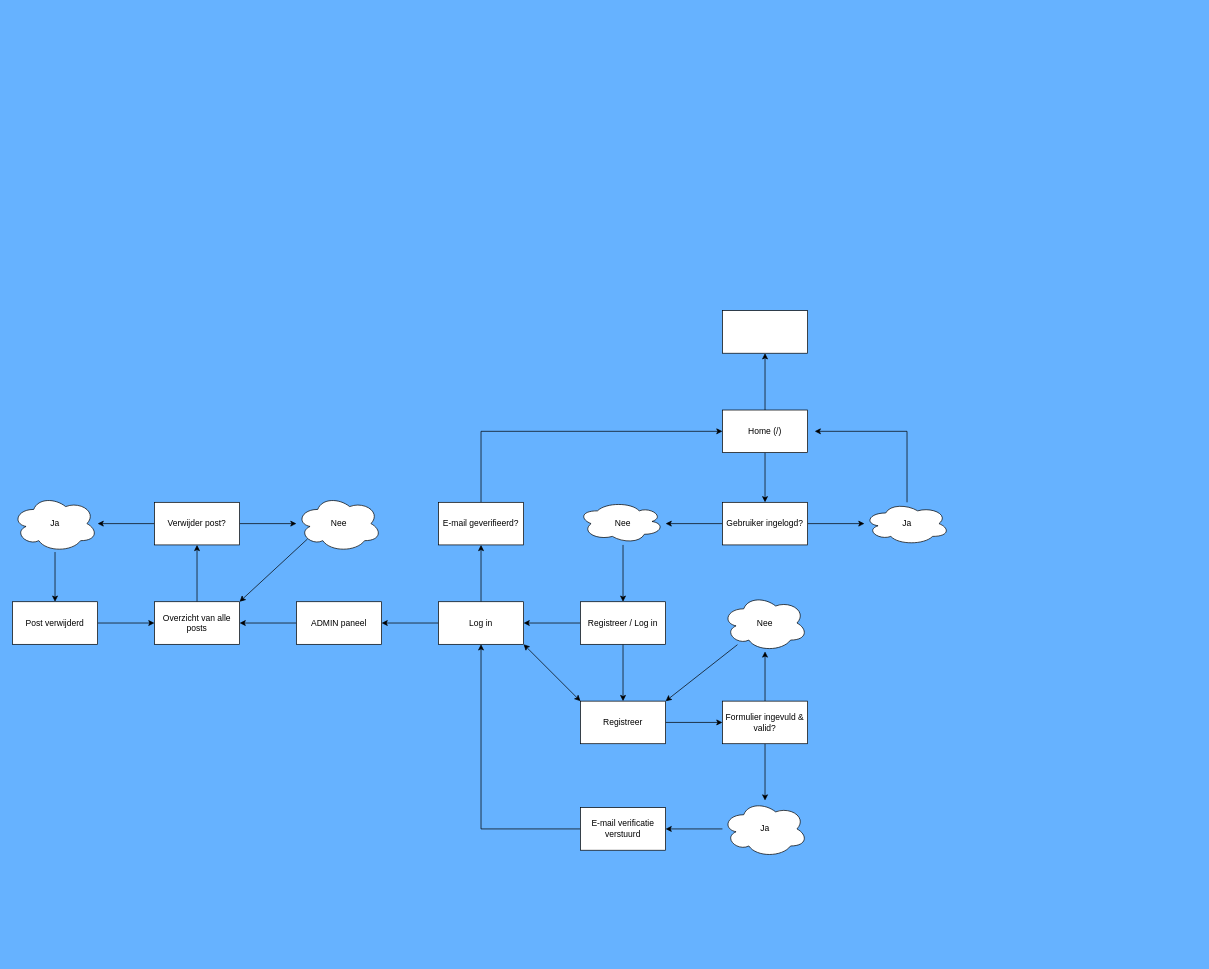
maikdejong/MaikSpace keeps this draw.io diagram as zDocumentatie/Flowcharts.drawio. Above is the earlier version. Source tidied: cells renumbered, new cells numbered last; positions are measured from the earlier drawing's top-left corner, leaving out a move shared by most shapes. Both pictures are drawn from the tidied source at 71%, with x=0, y=0 at pixel (12, 310).
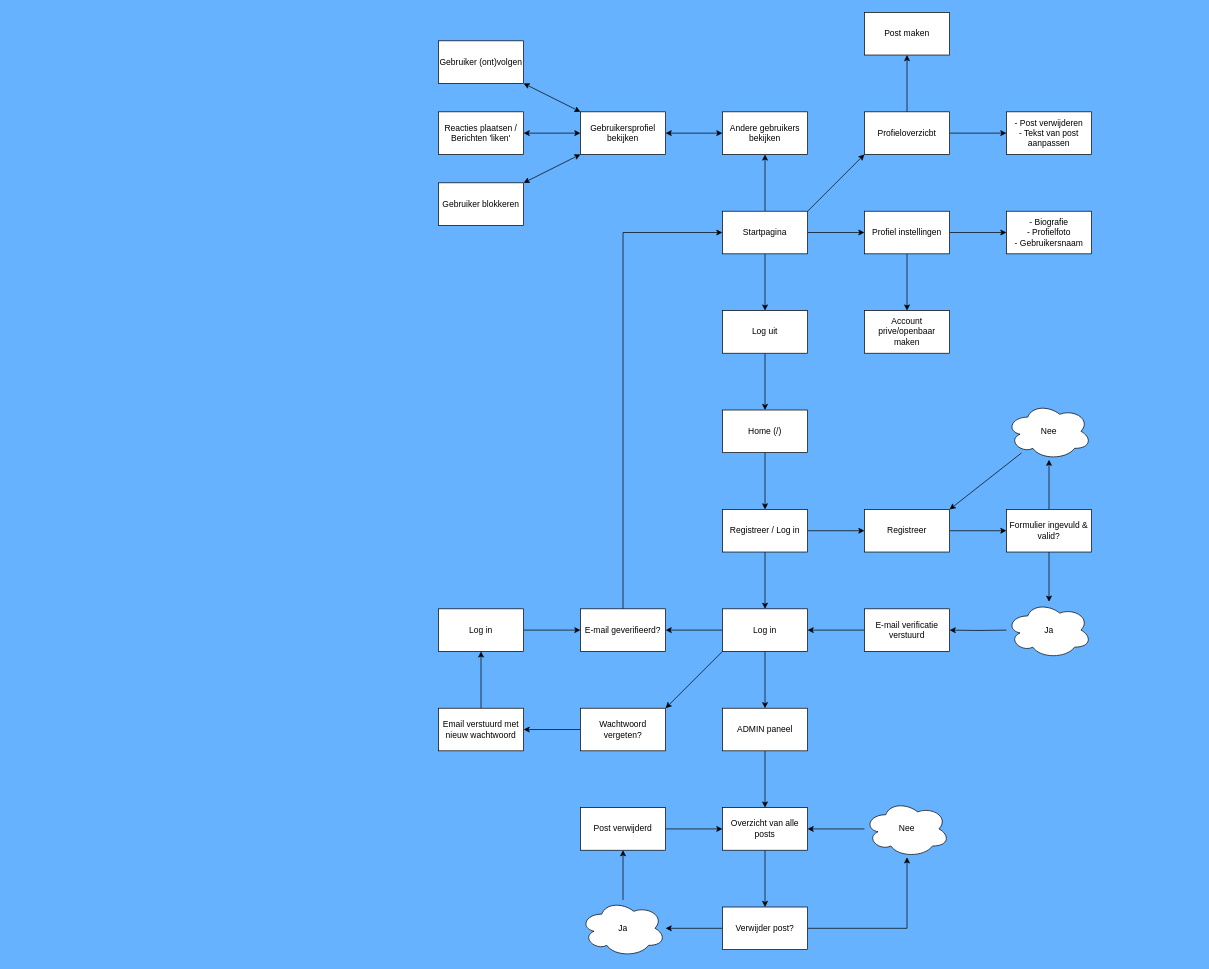
The same page after the edit.

Unchanged cells that the change refers to:
```xml
<mxCell id="4" value="Home (/)" style="rounded=0;whiteSpace=wrap;html=1;" parent="1" vertex="1">
  <mxGeometry x="1000" y="140" width="120" height="60" as="geometry" />
</mxCell>
```

Diff of the diagram source:
```diff
@@
-    <mxCell id="2" style="edgeStyle=orthogonalEdgeStyle;rounded=0;jettySize=auto;html=1;" parent="1" edge="1" source="4" target="7">
-      <mxGeometry relative="1" as="geometry" />
-    </mxCell>
-    <mxCell id="3" style="edgeStyle=orthogonalEdgeStyle;rounded=0;jettySize=auto;html=1;" parent="1" edge="1" source="4" target="33">
-      <mxGeometry relative="1" as="geometry" />
-    </mxCell>
+    <mxCell id="47" style="edgeStyle=orthogonalEdgeStyle;rounded=0;jettySize=auto;html=1;" parent="1" edge="1" source="4" target="15">
+      <mxGeometry relative="1" as="geometry" />
+    </mxCell>
@@
-    <mxCell id="5" style="edgeStyle=orthogonalEdgeStyle;rounded=0;jettySize=auto;html=1;" parent="1" edge="1" source="7" target="10">
-      <mxGeometry relative="1" as="geometry" />
-    </mxCell>
-    <mxCell id="6" style="edgeStyle=orthogonalEdgeStyle;rounded=0;jettySize=auto;html=1;" parent="1" edge="1" source="7" target="12">
-      <mxGeometry relative="1" as="geometry" />
-    </mxCell>
-    <mxCell id="7" value="Gebruiker ingelogd?" style="rounded=0;whiteSpace=wrap;html=1;" parent="1" vertex="1">
-      <mxGeometry x="1000" y="270" width="120" height="60" as="geometry" />
-    </mxCell>
-    <mxCell id="8" style="edgeStyle=orthogonalEdgeStyle;rounded=0;jettySize=auto;html=1;strokeColor=none;entryX=1;entryY=0.25;entryDx=0;entryDy=0;" parent="1" edge="1" source="10" target="4">
-      <mxGeometry relative="1" as="geometry" />
+    <mxCell id="8" style="edgeStyle=orthogonalEdgeStyle;rounded=0;jettySize=auto;html=1;strokeColor=none;entryX=1;entryY=0.25;entryDx=0;entryDy=0;" parent="1" edge="1" target="4">
+      <mxGeometry relative="1" as="geometry">
+        <mxPoint x="1660" y="40" as="sourcePoint" />
+      </mxGeometry>
     </mxCell>
-    <mxCell id="9" style="edgeStyle=orthogonalEdgeStyle;rounded=0;jettySize=auto;html=1;" parent="1" edge="1" source="10">
-      <mxGeometry relative="1" as="geometry">
-        <mxPoint x="1130" y="170" as="targetPoint" />
-        <Array as="points">
-          <mxPoint x="1260" y="170" />
-        </Array>
-      </mxGeometry>
-    </mxCell>
-    <mxCell id="10" value="Ja" style="whiteSpace=wrap;html=1;rounded=0;shape=cloud;perimeter=ellipsePerimeter;" parent="1" vertex="1">
-      <mxGeometry x="1200" y="270" width="120" height="60" as="geometry" />
-    </mxCell>
-    <mxCell id="11" style="edgeStyle=orthogonalEdgeStyle;rounded=0;jettySize=auto;html=1;" parent="1" edge="1" source="12" target="15">
-      <mxGeometry relative="1" as="geometry" />
-    </mxCell>
-    <mxCell id="12" value="Nee" style="rounded=1;whiteSpace=wrap;html=1;flipV=1;flipH=1;perimeterSpacing=0;imageAspect=1;shape=cloud;perimeter=ellipsePerimeter;" parent="1" vertex="1">
-      <mxGeometry x="800" y="270" width="120" height="60" as="geometry" />
-    </mxCell>
+    <mxCell id="14" style="edgeStyle=orthogonalEdgeStyle;rounded=0;jettySize=auto;html=1;" parent="1" edge="1" source="15" target="17">
+      <mxGeometry relative="1" as="geometry" />
+    </mxCell>
@@
-    <mxCell id="14" style="edgeStyle=orthogonalEdgeStyle;rounded=0;jettySize=auto;html=1;entryX=0.5;entryY=0;entryDx=0;entryDy=0;" parent="1" edge="1" source="15" target="17">
-      <mxGeometry relative="1" as="geometry" />
-    </mxCell>
     <mxCell id="15" value="Registreer / Log in" style="rounded=0;whiteSpace=wrap;html=1;" parent="1" vertex="1">
-      <mxGeometry x="800" y="410" width="120" height="60" as="geometry" />
+      <mxGeometry x="1000" y="280" width="120" height="60" as="geometry" />
     </mxCell>
@@
     <mxCell id="17" value="Registreer" style="rounded=0;whiteSpace=wrap;html=1;" parent="1" vertex="1">
-      <mxGeometry x="800" y="550" width="120" height="60" as="geometry" />
+      <mxGeometry x="1200" y="280" width="120" height="60" as="geometry" />
     </mxCell>
@@
     <mxCell id="20" value="Log in" style="rounded=0;whiteSpace=wrap;html=1;" parent="1" vertex="1">
-      <mxGeometry x="600" y="410" width="120" height="60" as="geometry" />
+      <mxGeometry x="1000" y="420" width="120" height="60" as="geometry" />
     </mxCell>
@@
     <mxCell id="23" value="Formulier ingevuld &amp;amp; valid?" style="rounded=0;whiteSpace=wrap;html=1;gradientColor=none;glass=0;shadow=0;" parent="1" vertex="1">
-      <mxGeometry x="1000" y="550" width="120" height="60" as="geometry" />
+      <mxGeometry x="1400" y="280" width="120" height="60" as="geometry" />
     </mxCell>
-    <mxCell id="24" style="edgeStyle=orthogonalEdgeStyle;rounded=0;jettySize=auto;html=1;" parent="1" edge="1" source="25" target="29">
-      <mxGeometry relative="1" as="geometry" />
+    <mxCell id="24" style="edgeStyle=orthogonalEdgeStyle;rounded=0;jettySize=auto;html=1;" parent="1" edge="1" target="29">
+      <mxGeometry relative="1" as="geometry">
+        <mxPoint x="1400" y="450" as="sourcePoint" />
+      </mxGeometry>
     </mxCell>
     <mxCell id="25" value="Ja" style="ellipse;shape=cloud;whiteSpace=wrap;html=1;rounded=0;gradientColor=none;glass=0;shadow=0;" parent="1" vertex="1">
-      <mxGeometry x="1000" y="690" width="120" height="80" as="geometry" />
+      <mxGeometry x="1400" y="410" width="120" height="80" as="geometry" />
     </mxCell>
     <mxCell id="26" value="Nee" style="ellipse;shape=cloud;whiteSpace=wrap;html=1;rounded=0;gradientColor=none;glass=0;shadow=0;" parent="1" vertex="1">
-      <mxGeometry x="1000" y="400" width="120" height="80" as="geometry" />
+      <mxGeometry x="1400" y="130" width="120" height="80" as="geometry" />
     </mxCell>
-    <mxCell id="27" style="endArrow=classic;startArrow=classic;html=1;rounded=0;entryX=1;entryY=1;entryDx=0;entryDy=0;exitX=0;exitY=0;exitDx=0;exitDy=0;" parent="1" edge="1" source="17" target="20">
-      <mxGeometry relative="1" as="geometry" />
-    </mxCell>
@@
     <mxCell id="29" value="E-mail verificatie verstuurd" style="whiteSpace=wrap;html=1;rounded=0;gradientColor=none;glass=0;shadow=0;" parent="1" vertex="1">
-      <mxGeometry x="800" y="700" width="120" height="60" as="geometry" />
+      <mxGeometry x="1200" y="420" width="120" height="60" as="geometry" />
     </mxCell>
@@
-    <mxCell id="31" style="edgeStyle=orthogonalEdgeStyle;rounded=0;jettySize=auto;html=1;exitX=0.5;exitY=0;exitDx=0;exitDy=0;entryX=0;entryY=0.5;entryDx=0;entryDy=0;" parent="1" edge="1" source="32" target="4">
-      <mxGeometry relative="1" as="geometry" />
+    <mxCell id="31" style="edgeStyle=orthogonalEdgeStyle;rounded=0;jettySize=auto;html=1;exitX=0.5;exitY=0;exitDx=0;exitDy=0;entryX=0;entryY=0.5;entryDx=0;entryDy=0;" parent="1" edge="1" source="32" target="52">
+      <mxGeometry relative="1" as="geometry">
+        <Array as="points">
+          <mxPoint x="860" y="-110" />
+        </Array>
+      </mxGeometry>
     </mxCell>
     <mxCell id="32" value="E-mail geverifieerd?" style="rounded=0;whiteSpace=wrap;html=1;" parent="1" vertex="1">
-      <mxGeometry x="600" y="270" width="120" height="60" as="geometry" />
+      <mxGeometry x="800" y="420" width="120" height="60" as="geometry" />
     </mxCell>
+    <mxCell id="48" style="edgeStyle=orthogonalEdgeStyle;rounded=0;jettySize=auto;html=1;" parent="1" edge="1" source="33" target="4">
+      <mxGeometry relative="1" as="geometry" />
+    </mxCell>
-    <mxCell id="33" style="rounded=0;whiteSpace=wrap;html=1;" parent="1" vertex="1">
+    <mxCell id="33" value="Log uit" style="rounded=0;whiteSpace=wrap;html=1;" parent="1" vertex="1">
       <mxGeometry x="1000" width="120" height="60" as="geometry" />
     </mxCell>
@@
     <mxCell id="35" value="ADMIN paneel" style="rounded=0;whiteSpace=wrap;html=1;" parent="1" vertex="1">
-      <mxGeometry x="400" y="410" width="120" height="60" as="geometry" />
+      <mxGeometry x="1000" y="560" width="120" height="60" as="geometry" />
     </mxCell>
@@
     <mxCell id="37" value="Overzicht van alle posts" style="rounded=0;whiteSpace=wrap;html=1;shape=label;" parent="1" vertex="1">
-      <mxGeometry x="200" y="410" width="120" height="60" as="geometry" />
+      <mxGeometry x="1000" y="700" width="120" height="60" as="geometry" />
     </mxCell>
@@
     <mxCell id="40" value="Verwijder post?" style="rounded=0;whiteSpace=wrap;html=1;shape=label;" parent="1" vertex="1">
-      <mxGeometry x="200" y="270" width="120" height="60" as="geometry" />
+      <mxGeometry x="1000" y="840" width="120" height="60" as="geometry" />
     </mxCell>
@@
     <mxCell id="42" value="Ja" style="ellipse;shape=cloud;whiteSpace=wrap;html=1;rounded=0;" parent="1" vertex="1">
-      <mxGeometry y="260" width="120" height="80" as="geometry" />
+      <mxGeometry x="800" y="830" width="120" height="80" as="geometry" />
     </mxCell>
@@
     <mxCell id="44" value="Post verwijderd" style="whiteSpace=wrap;html=1;rounded=0;" parent="1" vertex="1">
-      <mxGeometry y="410" width="120" height="60" as="geometry" />
+      <mxGeometry x="800" y="700" width="120" height="60" as="geometry" />
     </mxCell>
+    <mxCell id="46" style="edgeStyle=orthogonalEdgeStyle;rounded=0;jettySize=auto;html=1;" parent="1" edge="1" source="45" target="37">
+      <mxGeometry relative="1" as="geometry" />
+    </mxCell>
     <mxCell id="45" value="Nee" style="ellipse;shape=cloud;whiteSpace=wrap;html=1;rounded=0;" parent="1" vertex="1">
-      <mxGeometry x="400" y="260" width="120" height="80" as="geometry" />
+      <mxGeometry x="1200" y="690" width="120" height="80" as="geometry" />
     </mxCell>
-    <mxCell id="46" style="endArrow=classic;html=1;rounded=0;entryX=1;entryY=0;entryDx=0;entryDy=0;exitX=0.13;exitY=0.77;exitDx=0;exitDy=0;exitPerimeter=0;" parent="1" edge="1" source="45" target="37">
-      <mxGeometry relative="1" as="geometry" />
-    </mxCell>
+    <mxCell id="49" style="edgeStyle=orthogonalEdgeStyle;rounded=0;jettySize=auto;html=1;" parent="1" edge="1" source="52" target="33">
+      <mxGeometry relative="1" as="geometry" />
+    </mxCell>
+    <mxCell id="50" style="edgeStyle=orthogonalEdgeStyle;rounded=0;jettySize=auto;html=1;" parent="1" edge="1" source="52" target="62">
+      <mxGeometry relative="1" as="geometry" />
+    </mxCell>
+    <mxCell id="51" style="edgeStyle=orthogonalEdgeStyle;rounded=0;jettySize=auto;html=1;" parent="1" edge="1" source="52" target="64">
+      <mxGeometry relative="1" as="geometry" />
+    </mxCell>
+    <mxCell id="52" value="Startpagina" style="rounded=0;whiteSpace=wrap;html=1;" parent="1" vertex="1">
+      <mxGeometry x="1000" y="-140" width="120" height="60" as="geometry" />
+    </mxCell>
+    <mxCell id="53" style="edgeStyle=orthogonalEdgeStyle;rounded=0;jettySize=auto;html=1;" parent="1" edge="1" source="54" target="57">
+      <mxGeometry relative="1" as="geometry" />
+    </mxCell>
+    <mxCell id="54" value="Wachtwoord vergeten?" style="rounded=0;whiteSpace=wrap;html=1;" parent="1" vertex="1">
+      <mxGeometry x="800" y="560" width="120" height="60" as="geometry" />
+    </mxCell>
+    <mxCell id="55" style="endArrow=classic;html=1;rounded=0;exitX=0;exitY=1;exitDx=0;exitDy=0;entryX=1;entryY=0;entryDx=0;entryDy=0;" parent="1" edge="1" source="20" target="54">
+      <mxGeometry relative="1" as="geometry" />
+    </mxCell>
+    <mxCell id="56" style="edgeStyle=orthogonalEdgeStyle;rounded=0;jettySize=auto;html=1;" parent="1" edge="1" source="57" target="59">
+      <mxGeometry relative="1" as="geometry" />
+    </mxCell>
+    <mxCell id="57" value="Email verstuurd met nieuw wachtwoord" style="rounded=0;whiteSpace=wrap;html=1;" parent="1" vertex="1">
+      <mxGeometry x="600" y="560" width="120" height="60" as="geometry" />
+    </mxCell>
+    <mxCell id="58" style="edgeStyle=orthogonalEdgeStyle;rounded=0;jettySize=auto;html=1;" parent="1" edge="1" source="59" target="32">
+      <mxGeometry relative="1" as="geometry" />
+    </mxCell>
+    <mxCell id="59" value="Log in" style="rounded=0;whiteSpace=wrap;html=1;" parent="1" vertex="1">
+      <mxGeometry x="600" y="420" width="120" height="60" as="geometry" />
+    </mxCell>
+    <mxCell id="60" style="edgeStyle=orthogonalEdgeStyle;rounded=0;jettySize=auto;html=1;" parent="1" edge="1" source="62" target="76">
+      <mxGeometry relative="1" as="geometry" />
+    </mxCell>
+    <mxCell id="61" style="edgeStyle=orthogonalEdgeStyle;rounded=0;jettySize=auto;html=1;" parent="1" edge="1" source="62" target="78">
+      <mxGeometry relative="1" as="geometry" />
+    </mxCell>
+    <mxCell id="62" value="Profiel instellingen" style="rounded=0;whiteSpace=wrap;html=1;" parent="1" vertex="1">
+      <mxGeometry x="1200" y="-140" width="120" height="60" as="geometry" />
+    </mxCell>
+    <mxCell id="63" style="edgeStyle=orthogonalEdgeStyle;rounded=0;jettySize=auto;html=1;startArrow=classic;" parent="1" edge="1" source="64" target="66">
+      <mxGeometry relative="1" as="geometry" />
+    </mxCell>
+    <mxCell id="64" value="Andere gebruikers bekijken" style="rounded=0;whiteSpace=wrap;html=1;" parent="1" vertex="1">
+      <mxGeometry x="1000" y="-280" width="120" height="60" as="geometry" />
+    </mxCell>
+    <mxCell id="65" style="edgeStyle=orthogonalEdgeStyle;rounded=0;jettySize=auto;html=1;startArrow=classic;" parent="1" edge="1" source="66" target="67">
+      <mxGeometry relative="1" as="geometry" />
+    </mxCell>
+    <mxCell id="66" value="Gebruikersprofiel bekijken" style="rounded=0;whiteSpace=wrap;html=1;" parent="1" vertex="1">
+      <mxGeometry x="800" y="-280" width="120" height="60" as="geometry" />
+    </mxCell>
+    <mxCell id="67" value="Reacties plaatsen /&lt;br&gt;Berichten 'liken'" style="rounded=0;whiteSpace=wrap;html=1;" parent="1" vertex="1">
+      <mxGeometry x="600" y="-280" width="120" height="60" as="geometry" />
+    </mxCell>
+    <mxCell id="68" value="Gebruiker (ont)volgen" style="rounded=0;whiteSpace=wrap;html=1;" parent="1" vertex="1">
+      <mxGeometry x="600" y="-380" width="120" height="60" as="geometry" />
+    </mxCell>
+    <mxCell id="69" value="Gebruiker blokkeren" style="rounded=0;whiteSpace=wrap;html=1;" parent="1" vertex="1">
+      <mxGeometry x="600" y="-180" width="120" height="60" as="geometry" />
+    </mxCell>
+    <mxCell id="70" style="endArrow=classic;startArrow=classic;html=1;rounded=0;exitX=1;exitY=0;exitDx=0;exitDy=0;entryX=0;entryY=1;entryDx=0;entryDy=0;" parent="1" edge="1" source="69" target="66">
+      <mxGeometry relative="1" as="geometry" />
+    </mxCell>
+    <mxCell id="71" style="endArrow=classic;startArrow=classic;html=1;rounded=0;exitX=1;exitY=1;exitDx=0;exitDy=0;entryX=0;entryY=0;entryDx=0;entryDy=0;" parent="1" edge="1" source="68" target="66">
+      <mxGeometry relative="1" as="geometry" />
+    </mxCell>
+    <mxCell id="72" style="edgeStyle=orthogonalEdgeStyle;rounded=0;jettySize=auto;html=1;" parent="1" edge="1" source="74" target="77">
+      <mxGeometry relative="1" as="geometry" />
+    </mxCell>
+    <mxCell id="73" style="edgeStyle=orthogonalEdgeStyle;rounded=0;jettySize=auto;html=1;" parent="1" edge="1" source="74" target="79">
+      <mxGeometry relative="1" as="geometry" />
+    </mxCell>
+    <mxCell id="74" value="Profieloverzicbt" style="rounded=0;whiteSpace=wrap;html=1;" parent="1" vertex="1">
+      <mxGeometry x="1200" y="-280" width="120" height="60" as="geometry" />
+    </mxCell>
+    <mxCell id="75" style="endArrow=classic;html=1;rounded=0;entryX=0;entryY=1;entryDx=0;entryDy=0;exitX=1;exitY=0;exitDx=0;exitDy=0;" parent="1" edge="1" source="52" target="74">
+      <mxGeometry relative="1" as="geometry" />
+    </mxCell>
+    <mxCell id="76" value="Account prive/openbaar maken" style="rounded=0;whiteSpace=wrap;html=1;" parent="1" vertex="1">
+      <mxGeometry x="1200" width="120" height="60" as="geometry" />
+    </mxCell>
+    <mxCell id="77" value="- Post verwijderen&lt;div&gt;- Tekst van post aanpassen&lt;/div&gt;" style="rounded=0;whiteSpace=wrap;html=1;" parent="1" vertex="1">
+      <mxGeometry x="1400" y="-280" width="120" height="60" as="geometry" />
+    </mxCell>
+    <mxCell id="78" value="&lt;div&gt;&lt;span style=&quot;background-color: initial;&quot;&gt;- Biografie&lt;/span&gt;&lt;br&gt;&lt;/div&gt;&lt;div&gt;- Profielfoto&lt;/div&gt;&lt;div&gt;- Gebruikersnaam&lt;/div&gt;" style="rounded=0;whiteSpace=wrap;html=1;" parent="1" vertex="1">
+      <mxGeometry x="1400" y="-140" width="120" height="60" as="geometry" />
+    </mxCell>
+    <mxCell id="79" value="Post maken" style="rounded=0;whiteSpace=wrap;html=1;" parent="1" vertex="1">
+      <mxGeometry x="1200" y="-420" width="120" height="60" as="geometry" />
+    </mxCell>
```
